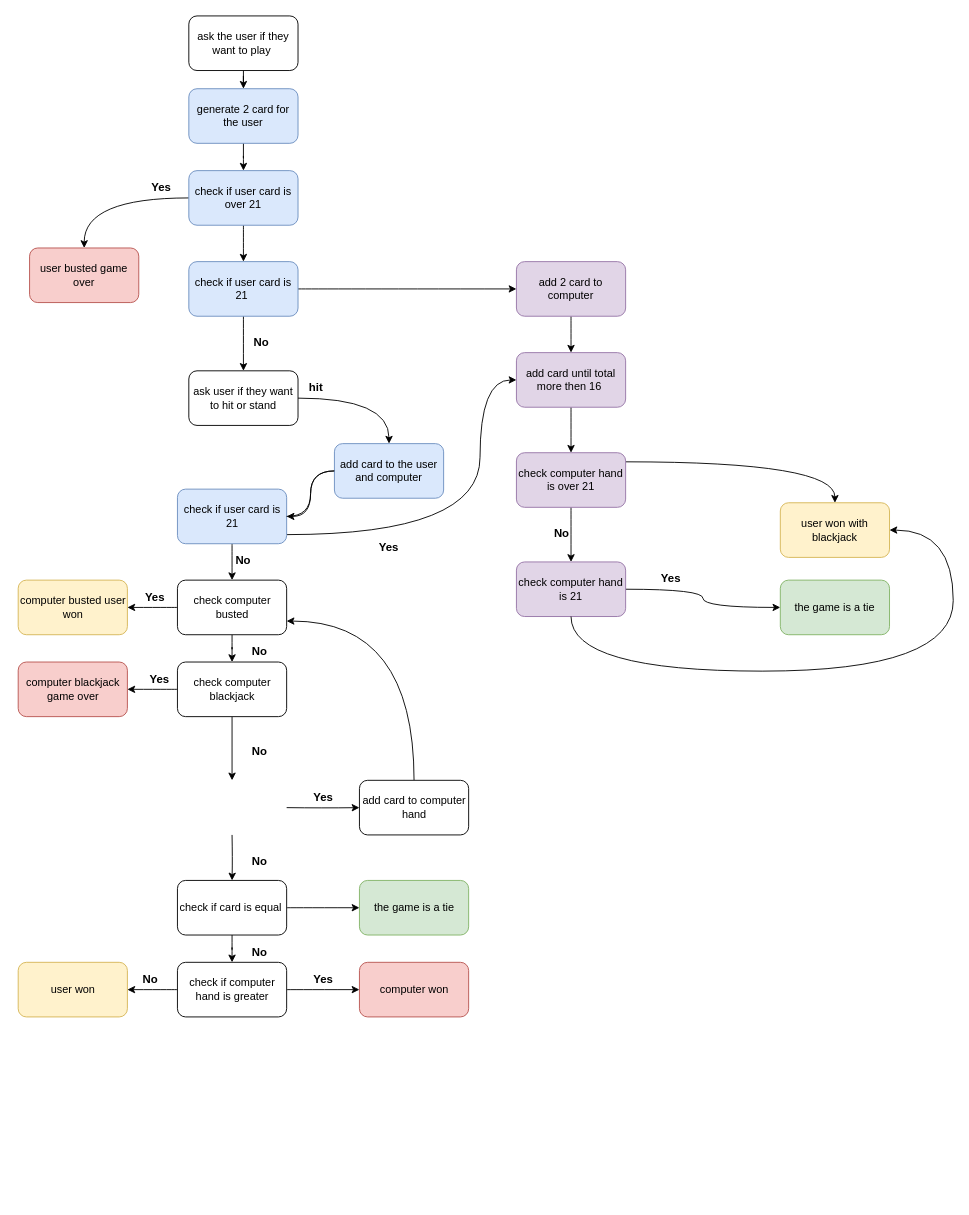
icocya/icocya keeps this draw.io diagram as page "Page-1" (1 of 2) of Untitled Diagram.drawio. Above is the earlier version. Source tidied: cells renumbered, new cells numbered last; positions are measured from the earlier drawing's top-left corner, leaving out a move shared by most shapes. Both pictures are drawn from the tidied source at 91%, with x=0, y=0 at pixel (17, 15).
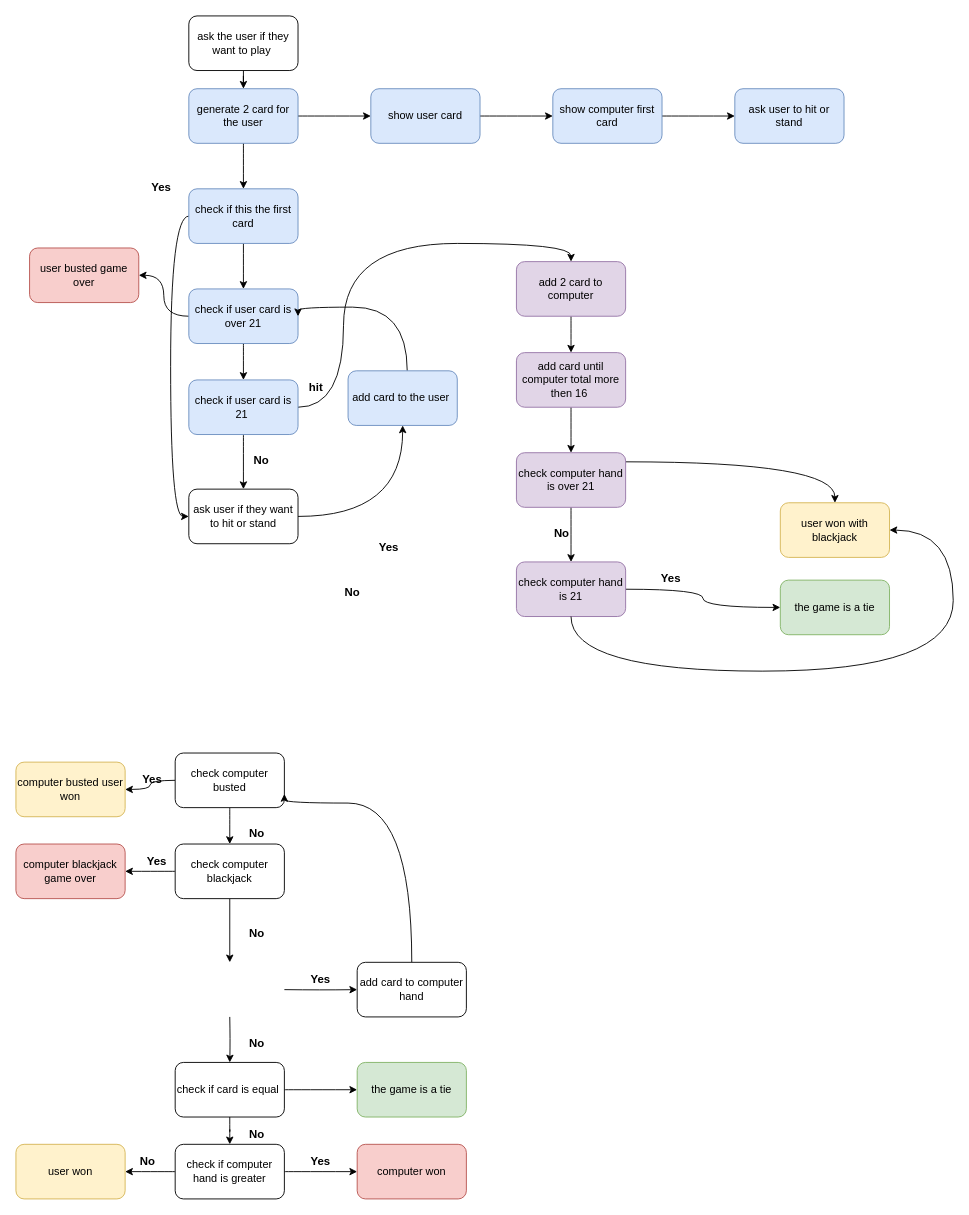
Above is the later version.

Unchanged cells that the change refers to:
```xml
<mxCell id="5" value="generate 2 card for the user" style="rounded=1;whiteSpace=wrap;html=1;fillColor=#dae8fc;strokeColor=#6c8ebf;" parent="1" vertex="1">
  <mxGeometry x="188" y="80" width="120" height="60" as="geometry" />
</mxCell>
<mxCell id="65" value="add 2 card to computer" style="whiteSpace=wrap;html=1;fillColor=#e1d5e7;strokeColor=#9673a6;rounded=1;" parent="1" vertex="1">
  <mxGeometry x="548" y="270" width="120" height="60" as="geometry" />
</mxCell>
```

Diff of the diagram source:
```diff
@@
-    <mxCell id="4" style="edgeStyle=orthogonalEdgeStyle;rounded=1;jettySize=auto;html=1;curved=1;" parent="1" edge="1" source="5" target="8">
-      <mxGeometry relative="1" as="geometry" />
-    </mxCell>
+    <mxCell id="70" style="edgeStyle=orthogonalEdgeStyle;curved=1;rounded=0;jettySize=auto;html=1;" parent="1" edge="1" source="5" target="75">
+      <mxGeometry relative="1" as="geometry" />
+    </mxCell>
+    <mxCell id="71" style="edgeStyle=orthogonalEdgeStyle;curved=1;rounded=0;jettySize=auto;html=1;" parent="1" edge="1" source="5" target="77">
+      <mxGeometry relative="1" as="geometry" />
+    </mxCell>
@@
     <mxCell id="8" value="check if user card is over 21" style="rounded=1;whiteSpace=wrap;html=1;fillColor=#dae8fc;strokeColor=#6c8ebf;" parent="1" vertex="1">
-      <mxGeometry x="188" y="170" width="120" height="60" as="geometry" />
+      <mxGeometry x="188" y="300" width="120" height="60" as="geometry" />
     </mxCell>
@@
-    <mxCell id="11" style="edgeStyle=orthogonalEdgeStyle;curved=1;rounded=1;jettySize=auto;html=1;" parent="1" edge="1" source="12" target="65">
-      <mxGeometry relative="1" as="geometry" />
+    <mxCell id="11" style="edgeStyle=orthogonalEdgeStyle;curved=1;rounded=0;jettySize=auto;html=1;entryX=0.5;entryY=0;entryDx=0;entryDy=0;" parent="1" edge="1" source="12" target="65">
+      <mxGeometry relative="1" as="geometry">
+        <Array as="points">
+          <mxPoint x="358" y="430" />
+          <mxPoint x="358" y="250" />
+          <mxPoint x="608" y="250" />
+        </Array>
+      </mxGeometry>
     </mxCell>
     <mxCell id="12" value="check if user card is 21&amp;nbsp;" style="rounded=1;whiteSpace=wrap;html=1;fillColor=#dae8fc;strokeColor=#6c8ebf;" parent="1" vertex="1">
-      <mxGeometry x="188" y="270" width="120" height="60" as="geometry" />
+      <mxGeometry x="188" y="400" width="120" height="60" as="geometry" />
     </mxCell>
@@
-    <mxCell id="20" value="add card until total more then 16&amp;nbsp;" style="rounded=1;whiteSpace=wrap;html=1;fillColor=#e1d5e7;strokeColor=#9673a6;" parent="1" vertex="1">
+    <mxCell id="20" value="add card until computer total more then 16&amp;nbsp;" style="rounded=1;whiteSpace=wrap;html=1;fillColor=#e1d5e7;strokeColor=#9673a6;" parent="1" vertex="1">
       <mxGeometry x="548" y="370" width="120" height="60" as="geometry" />
     </mxCell>
@@
     <mxCell id="23" value="ask user if they want to hit or stand" style="rounded=1;whiteSpace=wrap;html=1;" parent="1" vertex="1">
-      <mxGeometry x="188" y="390" width="120" height="60" as="geometry" />
+      <mxGeometry x="188" y="520" width="120" height="60" as="geometry" />
     </mxCell>
-    <mxCell id="24" style="edgeStyle=orthogonalEdgeStyle;curved=1;rounded=1;jettySize=auto;html=1;startArrow=none;" parent="1" edge="1" source="68" target="35">
-      <mxGeometry relative="1" as="geometry" />
-    </mxCell>
-    <mxCell id="25" style="edgeStyle=orthogonalEdgeStyle;curved=1;rounded=1;jettySize=auto;html=1;" parent="1" edge="1" source="26" target="68">
-      <mxGeometry relative="1" as="geometry" />
-    </mxCell>
+    <mxCell id="72" style="edgeStyle=orthogonalEdgeStyle;curved=1;rounded=0;jettySize=auto;html=1;entryX=1;entryY=0.5;entryDx=0;entryDy=0;" parent="1" edge="1" source="26" target="8">
+      <mxGeometry relative="1" as="geometry">
+        <Array as="points">
+          <mxPoint x="428" y="320" />
+          <mxPoint x="308" y="320" />
+        </Array>
+      </mxGeometry>
+    </mxCell>
-    <mxCell id="26" value="add card to the user and computer" style="rounded=1;whiteSpace=wrap;html=1;fillColor=#dae8fc;strokeColor=#6c8ebf;" parent="1" vertex="1">
-      <mxGeometry x="348" y="470" width="120" height="60" as="geometry" />
+    <mxCell id="26" value="add card to the user&amp;nbsp;" style="rounded=1;whiteSpace=wrap;html=1;fillColor=#dae8fc;strokeColor=#6c8ebf;" parent="1" vertex="1">
+      <mxGeometry x="363" y="390" width="120" height="60" as="geometry" />
     </mxCell>
@@
     <mxCell id="31" value="&lt;b&gt;&lt;font style=&quot;font-size: 15px;&quot;&gt;&lt;sub&gt;No&lt;/sub&gt;&lt;/font&gt;&lt;/b&gt;" style="text;html=1;strokeColor=none;fillColor=none;align=center;verticalAlign=middle;whiteSpace=wrap;rounded=1;" parent="1" vertex="1">
-      <mxGeometry x="238" y="340" width="60" height="30" as="geometry" />
+      <mxGeometry x="238" y="470" width="60" height="30" as="geometry" />
     </mxCell>
@@
     <mxCell id="35" value="check computer busted" style="whiteSpace=wrap;html=1;rounded=1;" parent="1" vertex="1">
-      <mxGeometry x="175.5" y="620" width="120" height="60" as="geometry" />
+      <mxGeometry x="173" y="810" width="120" height="60" as="geometry" />
     </mxCell>
     <mxCell id="36" style="edgeStyle=orthogonalEdgeStyle;rounded=1;jettySize=auto;html=1;entryX=0.5;entryY=0;entryDx=0;entryDy=0;fontSize=15;curved=1;" parent="1" edge="1" source="38">
       <mxGeometry relative="1" as="geometry">
-        <mxPoint x="235.5" y="840" as="targetPoint" />
+        <mxPoint x="233" y="1040" as="targetPoint" />
       </mxGeometry>
     </mxCell>
@@
     <mxCell id="38" value="check computer blackjack" style="whiteSpace=wrap;html=1;rounded=1;" parent="1" vertex="1">
-      <mxGeometry x="175.5" y="710" width="120" height="60" as="geometry" />
+      <mxGeometry x="173" y="910" width="120" height="60" as="geometry" />
     </mxCell>
     <mxCell id="39" style="edgeStyle=orthogonalEdgeStyle;rounded=1;jettySize=auto;html=1;fontSize=15;curved=1;" parent="1" edge="1" target="42">
       <mxGeometry relative="1" as="geometry">
-        <mxPoint x="295.5" y="870" as="sourcePoint" />
+        <mxPoint x="293" y="1070" as="sourcePoint" />
       </mxGeometry>
     </mxCell>
     <mxCell id="40" style="edgeStyle=orthogonalEdgeStyle;rounded=1;jettySize=auto;html=1;fontSize=15;curved=1;" parent="1" edge="1" target="45">
       <mxGeometry relative="1" as="geometry">
-        <mxPoint x="235.5" y="900" as="sourcePoint" />
+        <mxPoint x="233" y="1100" as="sourcePoint" />
       </mxGeometry>
     </mxCell>
     <mxCell id="41" style="edgeStyle=orthogonalEdgeStyle;rounded=1;jettySize=auto;html=1;fontSize=15;entryX=1;entryY=0.75;entryDx=0;entryDy=0;curved=1;" parent="1" edge="1" source="42" target="35">
       <mxGeometry relative="1" as="geometry">
         <Array as="points">
-          <mxPoint x="435.5" y="665" />
+          <mxPoint x="433" y="865" />
         </Array>
       </mxGeometry>
     </mxCell>
     <mxCell id="42" value="add card to computer hand" style="whiteSpace=wrap;html=1;rounded=1;" parent="1" vertex="1">
-      <mxGeometry x="375.5" y="840" width="120" height="60" as="geometry" />
+      <mxGeometry x="373" y="1040" width="120" height="60" as="geometry" />
     </mxCell>
@@
     <mxCell id="45" value="check if card is equal&amp;nbsp;" style="whiteSpace=wrap;html=1;rounded=1;" parent="1" vertex="1">
-      <mxGeometry x="175.5" y="950" width="120" height="60" as="geometry" />
+      <mxGeometry x="173" y="1150" width="120" height="60" as="geometry" />
     </mxCell>
     <mxCell id="46" value="the game is a tie" style="whiteSpace=wrap;html=1;rounded=1;fillColor=#d5e8d4;strokeColor=#82b366;" parent="1" vertex="1">
-      <mxGeometry x="375.5" y="950" width="120" height="60" as="geometry" />
+      <mxGeometry x="373" y="1150" width="120" height="60" as="geometry" />
     </mxCell>
@@
     <mxCell id="49" value="check if computer hand is greater" style="whiteSpace=wrap;html=1;rounded=1;" parent="1" vertex="1">
-      <mxGeometry x="175.5" y="1040" width="120" height="60" as="geometry" />
+      <mxGeometry x="173" y="1240" width="120" height="60" as="geometry" />
     </mxCell>
     <mxCell id="50" value="computer blackjack game over" style="whiteSpace=wrap;html=1;rounded=1;fillColor=#f8cecc;strokeColor=#b85450;" parent="1" vertex="1">
-      <mxGeometry x="0.5" y="710" width="120" height="60" as="geometry" />
+      <mxGeometry x="-2" y="910" width="120" height="60" as="geometry" />
     </mxCell>
     <mxCell id="51" value="computer won" style="whiteSpace=wrap;html=1;rounded=1;fillColor=#f8cecc;strokeColor=#b85450;" parent="1" vertex="1">
-      <mxGeometry x="375.5" y="1040" width="120" height="60" as="geometry" />
+      <mxGeometry x="373" y="1240" width="120" height="60" as="geometry" />
     </mxCell>
     <mxCell id="52" value="user won" style="whiteSpace=wrap;html=1;rounded=1;fillColor=#fff2cc;strokeColor=#d6b656;" parent="1" vertex="1">
-      <mxGeometry x="0.5" y="1040" width="120" height="60" as="geometry" />
+      <mxGeometry x="-2" y="1240" width="120" height="60" as="geometry" />
     </mxCell>
     <mxCell id="53" value="computer busted user won" style="whiteSpace=wrap;html=1;rounded=1;fillColor=#fff2cc;strokeColor=#d6b656;" parent="1" vertex="1">
-      <mxGeometry x="0.5" y="620" width="120" height="60" as="geometry" />
+      <mxGeometry x="-2" y="820" width="120" height="60" as="geometry" />
     </mxCell>
     <mxCell id="54" value="&lt;b&gt;&lt;font style=&quot;font-size: 15px;&quot;&gt;&lt;sub&gt;Yes&lt;/sub&gt;&lt;/font&gt;&lt;/b&gt;" style="text;html=1;strokeColor=none;fillColor=none;align=center;verticalAlign=middle;whiteSpace=wrap;rounded=1;" parent="1" vertex="1">
-      <mxGeometry x="305.5" y="840" width="60" height="30" as="geometry" />
+      <mxGeometry x="303" y="1040" width="60" height="30" as="geometry" />
     </mxCell>
     <mxCell id="55" value="&lt;b&gt;&lt;font style=&quot;font-size: 15px;&quot;&gt;&lt;sub&gt;Yes&lt;/sub&gt;&lt;/font&gt;&lt;/b&gt;" style="text;html=1;strokeColor=none;fillColor=none;align=center;verticalAlign=middle;whiteSpace=wrap;rounded=1;" parent="1" vertex="1">
-      <mxGeometry x="305.5" y="1040" width="60" height="30" as="geometry" />
+      <mxGeometry x="303" y="1240" width="60" height="30" as="geometry" />
     </mxCell>
     <mxCell id="56" value="&lt;b&gt;&lt;font style=&quot;font-size: 15px;&quot;&gt;&lt;sub&gt;No&lt;/sub&gt;&lt;/font&gt;&lt;/b&gt;" style="text;html=1;strokeColor=none;fillColor=none;align=center;verticalAlign=middle;whiteSpace=wrap;rounded=1;" parent="1" vertex="1">
-      <mxGeometry x="218" y="580" width="60" height="30" as="geometry" />
+      <mxGeometry x="338" y="615" width="60" height="30" as="geometry" />
     </mxCell>
     <mxCell id="57" value="&lt;b&gt;&lt;font style=&quot;font-size: 15px;&quot;&gt;&lt;sub&gt;No&lt;/sub&gt;&lt;/font&gt;&lt;/b&gt;" style="text;html=1;strokeColor=none;fillColor=none;align=center;verticalAlign=middle;whiteSpace=wrap;rounded=1;" parent="1" vertex="1">
-      <mxGeometry x="235.5" y="680" width="60" height="30" as="geometry" />
+      <mxGeometry x="233" y="880" width="60" height="30" as="geometry" />
     </mxCell>
     <mxCell id="58" value="&lt;b&gt;&lt;font style=&quot;font-size: 15px;&quot;&gt;&lt;sub&gt;No&lt;/sub&gt;&lt;/font&gt;&lt;/b&gt;" style="text;html=1;strokeColor=none;fillColor=none;align=center;verticalAlign=middle;whiteSpace=wrap;rounded=1;" parent="1" vertex="1">
-      <mxGeometry x="235.5" y="790" width="60" height="30" as="geometry" />
+      <mxGeometry x="233" y="990" width="60" height="30" as="geometry" />
     </mxCell>
     <mxCell id="59" value="&lt;b&gt;&lt;font style=&quot;font-size: 15px;&quot;&gt;&lt;sub&gt;No&lt;/sub&gt;&lt;/font&gt;&lt;/b&gt;" style="text;html=1;strokeColor=none;fillColor=none;align=center;verticalAlign=middle;whiteSpace=wrap;rounded=1;" parent="1" vertex="1">
-      <mxGeometry x="235.5" y="910" width="60" height="30" as="geometry" />
+      <mxGeometry x="233" y="1110" width="60" height="30" as="geometry" />
     </mxCell>
     <mxCell id="60" value="&lt;b&gt;&lt;font style=&quot;font-size: 15px;&quot;&gt;&lt;sub&gt;No&lt;/sub&gt;&lt;/font&gt;&lt;/b&gt;" style="text;html=1;strokeColor=none;fillColor=none;align=center;verticalAlign=middle;whiteSpace=wrap;rounded=1;" parent="1" vertex="1">
-      <mxGeometry x="235.5" y="1010" width="60" height="30" as="geometry" />
+      <mxGeometry x="233" y="1210" width="60" height="30" as="geometry" />
     </mxCell>
     <mxCell id="61" value="&lt;b&gt;&lt;font style=&quot;font-size: 15px;&quot;&gt;&lt;sub&gt;No&lt;/sub&gt;&lt;/font&gt;&lt;/b&gt;" style="text;html=1;strokeColor=none;fillColor=none;align=center;verticalAlign=middle;whiteSpace=wrap;rounded=1;" parent="1" vertex="1">
-      <mxGeometry x="115.5" y="1040" width="60" height="30" as="geometry" />
+      <mxGeometry x="113" y="1240" width="60" height="30" as="geometry" />
     </mxCell>
     <mxCell id="62" value="&lt;b&gt;&lt;font style=&quot;font-size: 15px;&quot;&gt;&lt;sub&gt;Yes&lt;/sub&gt;&lt;/font&gt;&lt;/b&gt;" style="text;html=1;strokeColor=none;fillColor=none;align=center;verticalAlign=middle;whiteSpace=wrap;rounded=1;" parent="1" vertex="1">
-      <mxGeometry x="125.5" y="710" width="60" height="30" as="geometry" />
+      <mxGeometry x="123" y="910" width="60" height="30" as="geometry" />
     </mxCell>
     <mxCell id="63" value="&lt;b&gt;&lt;font style=&quot;font-size: 15px;&quot;&gt;&lt;sub&gt;Yes&lt;/sub&gt;&lt;/font&gt;&lt;/b&gt;" style="text;html=1;strokeColor=none;fillColor=none;align=center;verticalAlign=middle;whiteSpace=wrap;rounded=1;" parent="1" vertex="1">
-      <mxGeometry x="120.5" y="620" width="60" height="30" as="geometry" />
+      <mxGeometry x="118" y="820" width="60" height="30" as="geometry" />
     </mxCell>
@@
-    <mxCell id="67" style="edgeStyle=orthogonalEdgeStyle;curved=1;rounded=1;jettySize=auto;html=1;entryX=0;entryY=0.5;entryDx=0;entryDy=0;" parent="1" edge="1" source="68" target="20">
-      <mxGeometry relative="1" as="geometry">
-        <Array as="points">
-          <mxPoint x="508" y="570" />
-          <mxPoint x="508" y="400" />
-        </Array>
-      </mxGeometry>
-    </mxCell>
-    <mxCell id="68" value="check if user card is 21" style="whiteSpace=wrap;html=1;fillColor=#dae8fc;strokeColor=#6c8ebf;rounded=1;" parent="1" vertex="1">
-      <mxGeometry x="175.5" y="520" width="120" height="60" as="geometry" />
-    </mxCell>
-    <mxCell id="69" style="edgeStyle=orthogonalEdgeStyle;curved=1;rounded=1;jettySize=auto;html=1;endArrow=none;" parent="1" edge="1" source="26" target="68">
-      <mxGeometry relative="1" as="geometry" />
-    </mxCell>
+    <mxCell id="73" style="edgeStyle=orthogonalEdgeStyle;curved=1;rounded=0;jettySize=auto;html=1;entryX=0.5;entryY=0;entryDx=0;entryDy=0;" parent="1" edge="1" source="75" target="8">
+      <mxGeometry relative="1" as="geometry" />
+    </mxCell>
+    <mxCell id="74" style="edgeStyle=orthogonalEdgeStyle;curved=1;rounded=0;jettySize=auto;html=1;entryX=0;entryY=0.5;entryDx=0;entryDy=0;" parent="1" edge="1" source="75" target="23">
+      <mxGeometry relative="1" as="geometry">
+        <Array as="points">
+          <mxPoint x="168" y="220" />
+          <mxPoint x="168" y="550" />
+        </Array>
+      </mxGeometry>
+    </mxCell>
+    <mxCell id="75" value="check if this the first card" style="whiteSpace=wrap;html=1;fillColor=#dae8fc;strokeColor=#6c8ebf;rounded=1;" parent="1" vertex="1">
+      <mxGeometry x="188" y="190" width="120" height="60" as="geometry" />
+    </mxCell>
+    <mxCell id="76" style="edgeStyle=orthogonalEdgeStyle;curved=1;rounded=0;jettySize=auto;html=1;" parent="1" edge="1" source="77" target="79">
+      <mxGeometry relative="1" as="geometry" />
+    </mxCell>
+    <mxCell id="77" value="show user card" style="whiteSpace=wrap;html=1;fillColor=#dae8fc;strokeColor=#6c8ebf;rounded=1;" parent="1" vertex="1">
+      <mxGeometry x="388" y="80" width="120" height="60" as="geometry" />
+    </mxCell>
+    <mxCell id="78" style="edgeStyle=orthogonalEdgeStyle;curved=1;rounded=0;jettySize=auto;html=1;" parent="1" edge="1" source="79" target="80">
+      <mxGeometry relative="1" as="geometry" />
+    </mxCell>
+    <mxCell id="79" value="show computer first card" style="whiteSpace=wrap;html=1;fillColor=#dae8fc;strokeColor=#6c8ebf;rounded=1;" parent="1" vertex="1">
+      <mxGeometry x="588" y="80" width="120" height="60" as="geometry" />
+    </mxCell>
+    <mxCell id="80" value="ask user to hit or stand" style="whiteSpace=wrap;html=1;fillColor=#dae8fc;strokeColor=#6c8ebf;rounded=1;" parent="1" vertex="1">
+      <mxGeometry x="788" y="80" width="120" height="60" as="geometry" />
+    </mxCell>
```
